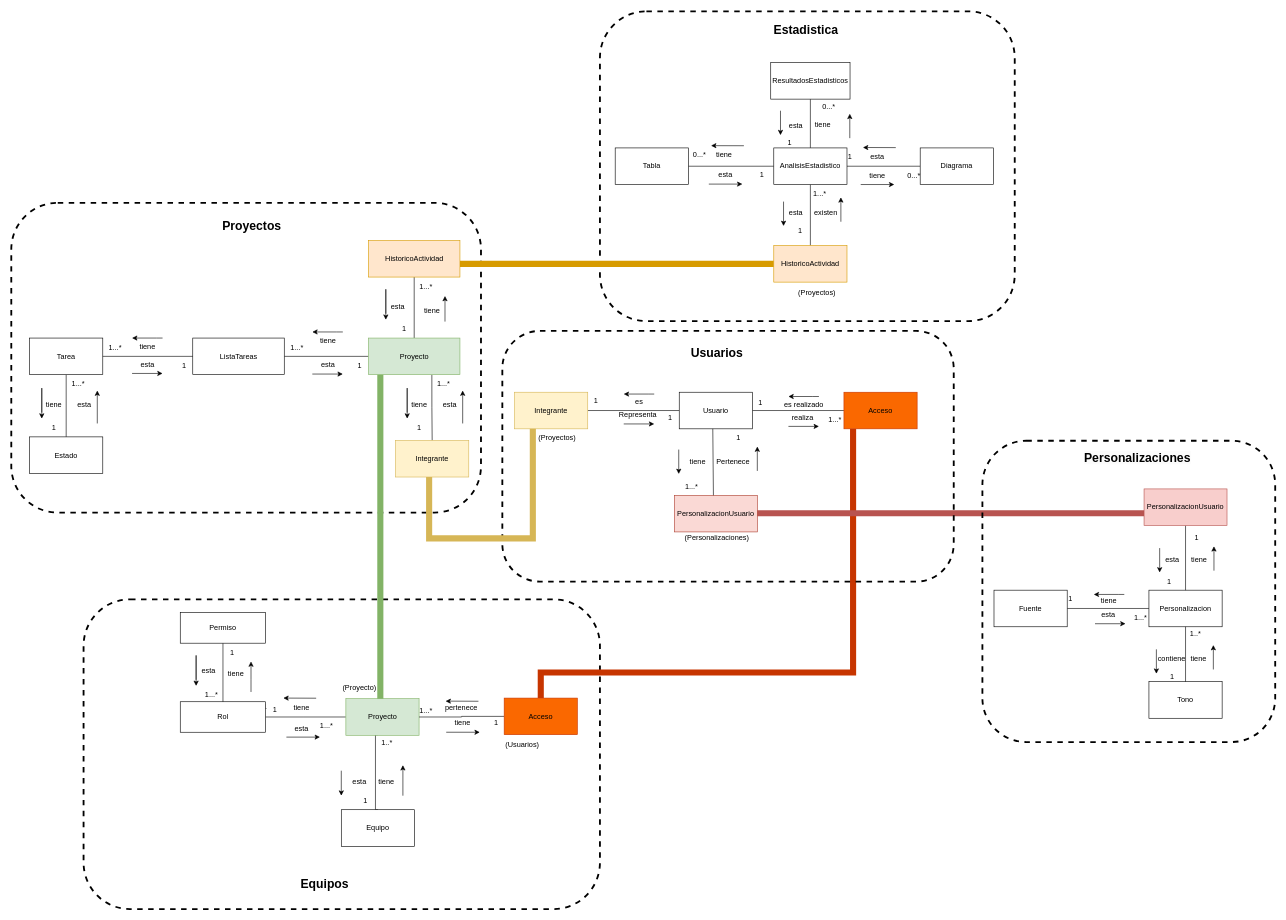
The draw.io diagram page "VisualStoryMappingV1" (11 of 17) of CoTasker_BoundedContext.drawio in Migue1409-KP/DOO-working-group, before the edit. Source tidied: cells renumbered, new cells numbered last; positions are measured from the earlier drawing's top-left corner, leaving out a move shared by most shapes. Both pictures are drawn from the tidied source at 61%, with x=0, y=0 at pixel (11, 11).
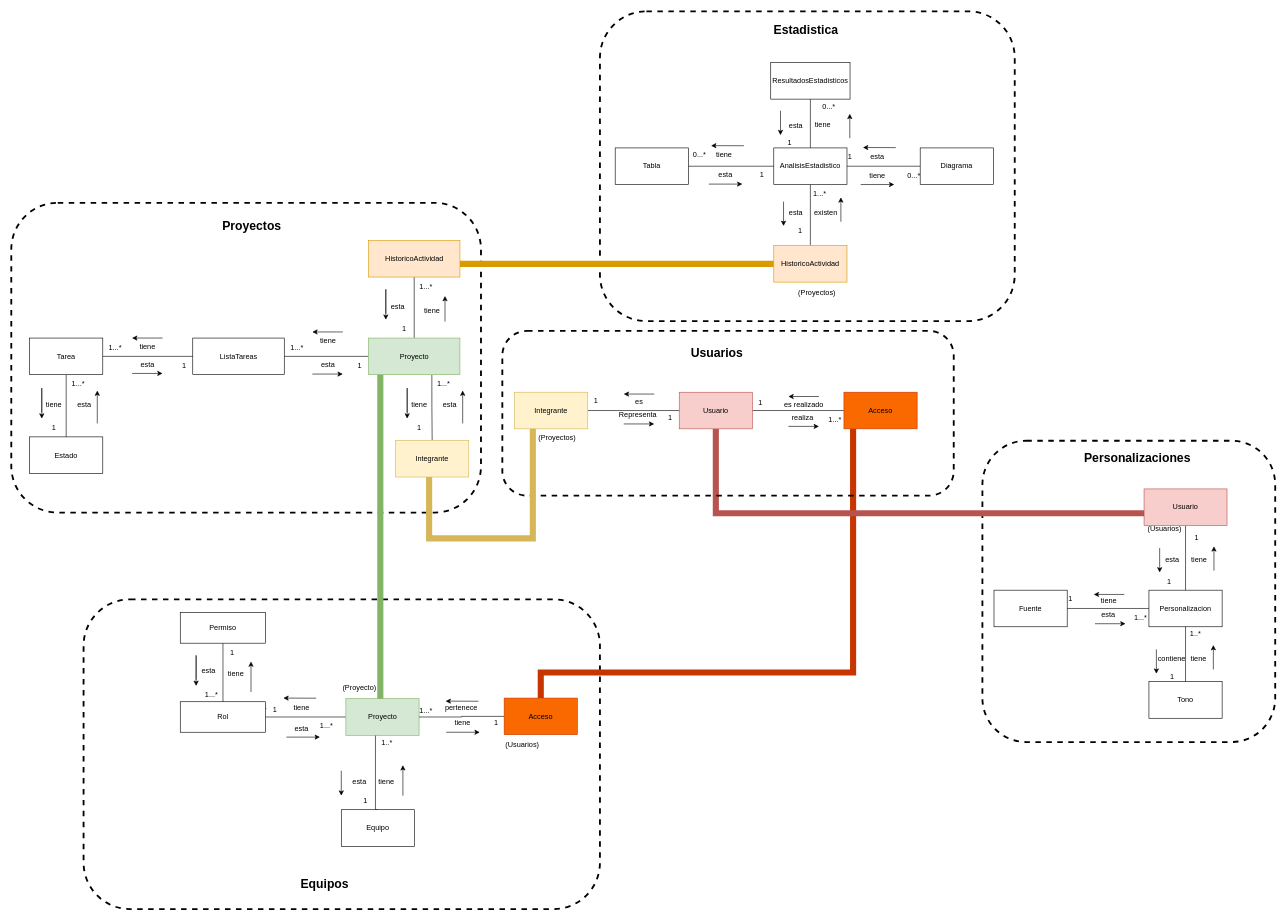
Above is the later version.

What changed in the source:
```diff
@@
+    <mxCell id="137" style="rounded=1;whiteSpace=wrap;html=1;dashed=1;fillColor=none;strokeWidth=3;" parent="1" vertex="1">
+      <mxGeometry x="1592" y="704" width="480" height="494" as="geometry" />
+    </mxCell>
@@
-    <mxCell id="78" style="edgeStyle=orthogonalEdgeStyle;rounded=0;jettySize=auto;html=1;entryX=0;entryY=0.75;entryDx=0;entryDy=0;fillColor=#f8cecc;strokeColor=#b85450;strokeWidth=10;endArrow=none;endFill=0;" parent="1" edge="1" target="82">
+    <mxCell id="78" style="edgeStyle=orthogonalEdgeStyle;rounded=0;jettySize=auto;html=1;entryX=0;entryY=0.75;entryDx=0;entryDy=0;fillColor=#f8cecc;strokeColor=#b85450;strokeWidth=10;endArrow=none;endFill=0;exitX=0.5;exitY=1;exitDx=0;exitDy=0;" parent="1" edge="1" source="146" target="82">
       <mxGeometry relative="1" as="geometry">
-        <mxPoint x="1218" y="823" as="sourcePoint" />
         <Array as="points">
+          <mxPoint x="1155" y="823" />
           <mxPoint x="1900" y="823" />
+          <mxPoint x="1900" y="828" />
         </Array>
       </mxGeometry>
     </mxCell>
@@
-    <mxCell id="82" value="PersonalizacionUsuario" style="rounded=0;whiteSpace=wrap;html=1;fillColor=#f8cecc;strokeColor=#b85450;" parent="1" vertex="1">
+    <mxCell id="82" value="Usuario" style="rounded=0;whiteSpace=wrap;html=1;fillColor=#f8cecc;strokeColor=#b85450;" parent="1" vertex="1">
       <mxGeometry x="1857" y="783" width="136" height="60" as="geometry" />
     </mxCell>
@@
-    <mxCell id="137" style="rounded=1;whiteSpace=wrap;html=1;dashed=1;fillColor=none;strokeWidth=3;" parent="1" vertex="1">
-      <mxGeometry x="1592" y="704" width="480" height="494" as="geometry" />
-    </mxCell>
     <mxCell id="138" style="rounded=1;whiteSpace=wrap;html=1;dashed=1;fillColor=none;strokeWidth=3;" parent="1" vertex="1">
-      <mxGeometry x="805" y="524" width="740" height="411" as="geometry" />
+      <mxGeometry x="805" y="524" width="740" height="270" as="geometry" />
     </mxCell>
@@
-    <mxCell id="146" value="Usuario" style="rounded=0;whiteSpace=wrap;html=1;" parent="1" vertex="1">
+    <mxCell id="146" value="Usuario" style="rounded=0;whiteSpace=wrap;html=1;fillColor=#f8cecc;strokeColor=#b85450;" parent="1" vertex="1">
       <mxGeometry x="1095" y="624.5" width="120" height="60" as="geometry" />
     </mxCell>
-    <mxCell id="147" value="PersonalizacionUsuario" style="rounded=0;whiteSpace=wrap;html=1;fillColor=#fad9d5;strokeColor=#ae4132;" parent="1" vertex="1">
-      <mxGeometry x="1087" y="793.5" width="136" height="60" as="geometry" />
-    </mxCell>
-    <mxCell id="148" value="Pertenece" style="text;html=1;align=center;verticalAlign=middle;strokeColor=none;fillColor=none;" parent="1" vertex="1">
-      <mxGeometry x="1143" y="723.5" width="80" height="30" as="geometry" />
-    </mxCell>
-    <mxCell id="149" style="endArrow=classic;html=1;rounded=0;" parent="1" edge="1">
-      <mxGeometry relative="1" as="geometry">
-        <mxPoint x="1223" y="753.5" as="sourcePoint" />
-        <mxPoint x="1223" y="713.5" as="targetPoint" />
-      </mxGeometry>
-    </mxCell>
-    <mxCell id="150" style="endArrow=classic;html=1;rounded=0;" parent="1" edge="1">
-      <mxGeometry relative="1" as="geometry">
-        <mxPoint x="1094.2" y="718.5" as="sourcePoint" />
-        <mxPoint x="1094.2" y="758.5" as="targetPoint" />
-      </mxGeometry>
-    </mxCell>
-    <mxCell id="151" value="tiene" style="text;html=1;align=center;verticalAlign=middle;strokeColor=none;fillColor=none;" parent="1" vertex="1">
-      <mxGeometry x="1100" y="723.5" width="50" height="30" as="geometry" />
-    </mxCell>
-    <mxCell id="152" style="endArrow=none;html=1;rounded=0;entryX=0.5;entryY=1;entryDx=0;entryDy=0;exitX=0.471;exitY=0;exitDx=0;exitDy=0;exitPerimeter=0;" parent="1" edge="1" source="147">
-      <mxGeometry relative="1" as="geometry">
-        <mxPoint x="1150" y="684.5" as="targetPoint" />
-      </mxGeometry>
-    </mxCell>
-    <mxCell id="153" value="1...*" style="text;html=1;align=center;verticalAlign=middle;strokeColor=none;fillColor=none;" parent="1" vertex="1">
-      <mxGeometry x="1095" y="763.5" width="40" height="30" as="geometry" />
-    </mxCell>
-    <mxCell id="154" value="1" style="text;html=1;align=center;verticalAlign=middle;strokeColor=none;fillColor=none;" parent="1" vertex="1">
-      <mxGeometry x="1177" y="684.5" width="30" height="30" as="geometry" />
-    </mxCell>
-    <mxCell id="155" value="(Personalizaciones)" style="text;html=1;strokeColor=none;fillColor=none;align=center;verticalAlign=middle;whiteSpace=wrap;rounded=0;" parent="1" vertex="1">
-      <mxGeometry x="1127" y="848.5" width="60" height="30" as="geometry" />
+    <mxCell id="155" value="(Usuarios)" style="text;html=1;strokeColor=none;fillColor=none;align=center;verticalAlign=middle;whiteSpace=wrap;rounded=0;" parent="1" vertex="1">
+      <mxGeometry x="1860.6" y="834" width="60" height="30" as="geometry" />
     </mxCell>
```
